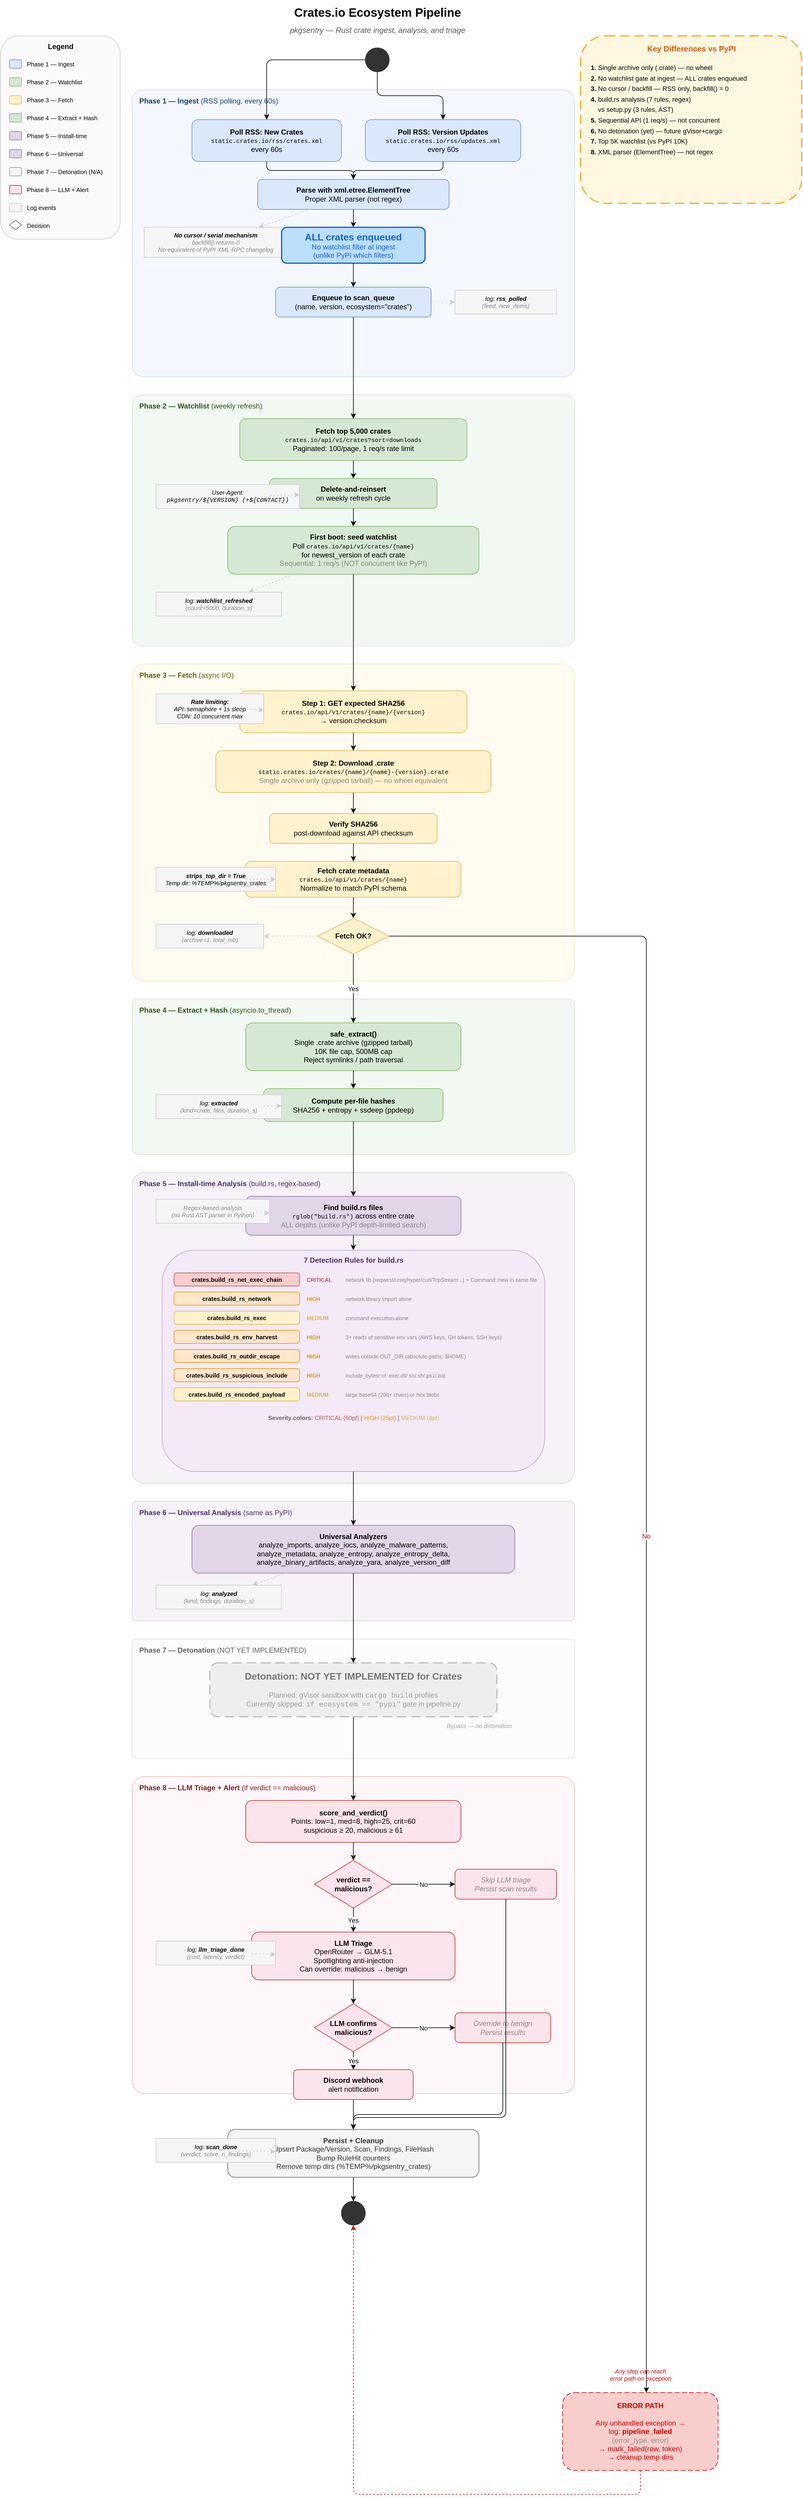
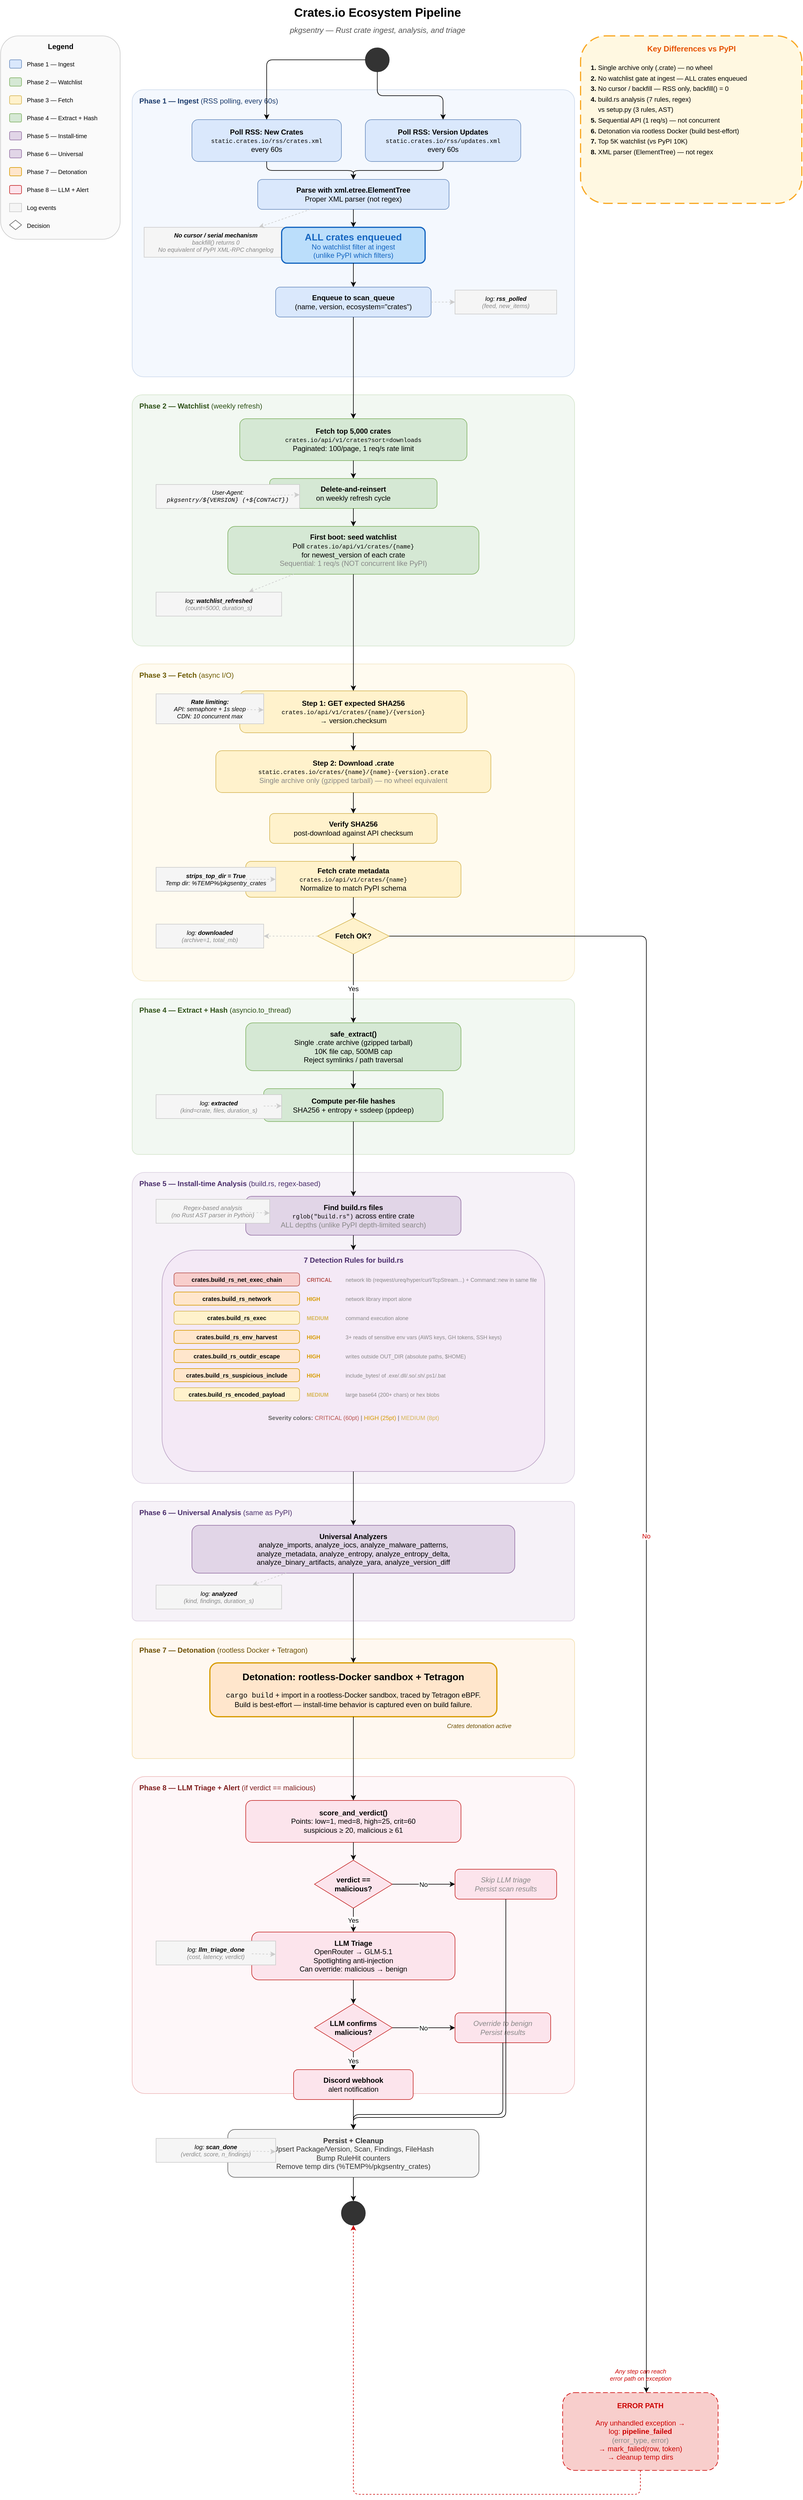
<?xml version="1.0" encoding="UTF-8"?>
<mxfile host="app.diagrams.net" modified="2026-05-23T00:00:00.000Z" agent="Claude" version="26.0.0" type="device">
  <diagram id="crates-pipeline" name="Crates.io Ecosystem Pipeline">
    <mxGraphModel dx="1800" dy="4500" grid="1" gridSize="10" guides="1" tooltips="1" connect="1" arrows="1" fold="1" page="1" pageScale="1" pageWidth="1400" pageHeight="4400" math="0" shadow="0">
      <root>
        <mxCell id="0"/>
        <mxCell id="1" parent="0"/>

        <!-- ===== TITLE ===== -->
        <mxCell id="title" value="&lt;b&gt;Crates.io Ecosystem Pipeline&lt;/b&gt;" style="text;html=1;align=center;verticalAlign=middle;resizable=0;points=[];autosize=1;fontSize=20;" vertex="1" parent="1">
          <mxGeometry x="440" y="20" width="420" height="40" as="geometry"/>
        </mxCell>
        <mxCell id="subtitle" value="pkgsentry — Rust crate ingest, analysis, and triage" style="text;html=1;align=center;verticalAlign=middle;resizable=0;points=[];autosize=1;fontSize=13;fontStyle=2;fontColor=#555555;" vertex="1" parent="1">
          <mxGeometry x="460" y="55" width="380" height="30" as="geometry"/>
        </mxCell>

        <!-- ===== LEGEND ===== -->
        <mxCell id="legend_bg" value="" style="rounded=1;whiteSpace=wrap;html=1;fillColor=#fafafa;strokeColor=#cccccc;" vertex="1" parent="1">
          <mxGeometry x="20" y="80" width="200" height="340" as="geometry"/>
        </mxCell>
        <mxCell id="legend_title" value="&lt;b&gt;Legend&lt;/b&gt;" style="text;html=1;align=center;verticalAlign=middle;fontSize=12;" vertex="1" parent="1">
          <mxGeometry x="80" y="85" width="80" height="25" as="geometry"/>
        </mxCell>
        <mxCell id="leg1" value="" style="rounded=1;whiteSpace=wrap;html=1;fillColor=#dae8fc;strokeColor=#6c8ebf;" vertex="1" parent="1">
          <mxGeometry x="35" y="120" width="20" height="14" as="geometry"/>
        </mxCell>
        <mxCell id="leg1t" value="Phase 1 &amp;mdash; Ingest" style="text;html=1;align=left;fontSize=10;" vertex="1" parent="1">
          <mxGeometry x="62" y="115" width="150" height="24" as="geometry"/>
        </mxCell>
        <mxCell id="leg2" value="" style="rounded=1;whiteSpace=wrap;html=1;fillColor=#d5e8d4;strokeColor=#82b366;" vertex="1" parent="1">
          <mxGeometry x="35" y="150" width="20" height="14" as="geometry"/>
        </mxCell>
        <mxCell id="leg2t" value="Phase 2 &amp;mdash; Watchlist" style="text;html=1;align=left;fontSize=10;" vertex="1" parent="1">
          <mxGeometry x="62" y="145" width="150" height="24" as="geometry"/>
        </mxCell>
        <mxCell id="leg3" value="" style="rounded=1;whiteSpace=wrap;html=1;fillColor=#fff2cc;strokeColor=#d6b656;" vertex="1" parent="1">
          <mxGeometry x="35" y="180" width="20" height="14" as="geometry"/>
        </mxCell>
        <mxCell id="leg3t" value="Phase 3 &amp;mdash; Fetch" style="text;html=1;align=left;fontSize=10;" vertex="1" parent="1">
          <mxGeometry x="62" y="175" width="150" height="24" as="geometry"/>
        </mxCell>
        <mxCell id="leg4" value="" style="rounded=1;whiteSpace=wrap;html=1;fillColor=#d5e8d4;strokeColor=#82b366;" vertex="1" parent="1">
          <mxGeometry x="35" y="210" width="20" height="14" as="geometry"/>
        </mxCell>
        <mxCell id="leg4t" value="Phase 4 &amp;mdash; Extract + Hash" style="text;html=1;align=left;fontSize=10;" vertex="1" parent="1">
          <mxGeometry x="62" y="205" width="150" height="24" as="geometry"/>
        </mxCell>
        <mxCell id="leg5" value="" style="rounded=1;whiteSpace=wrap;html=1;fillColor=#e1d5e7;strokeColor=#9673a6;" vertex="1" parent="1">
          <mxGeometry x="35" y="240" width="20" height="14" as="geometry"/>
        </mxCell>
        <mxCell id="leg5t" value="Phase 5 &amp;mdash; Install-time" style="text;html=1;align=left;fontSize=10;" vertex="1" parent="1">
          <mxGeometry x="62" y="235" width="150" height="24" as="geometry"/>
        </mxCell>
        <mxCell id="leg6" value="" style="rounded=1;whiteSpace=wrap;html=1;fillColor=#e1d5e7;strokeColor=#9673a6;" vertex="1" parent="1">
          <mxGeometry x="35" y="270" width="20" height="14" as="geometry"/>
        </mxCell>
        <mxCell id="leg6t" value="Phase 6 &amp;mdash; Universal" style="text;html=1;align=left;fontSize=10;" vertex="1" parent="1">
          <mxGeometry x="62" y="265" width="150" height="24" as="geometry"/>
        </mxCell>
-         <mxCell id="leg7" value="" style="rounded=1;whiteSpace=wrap;html=1;fillColor=#f5f5f5;strokeColor=#999999;" vertex="1" parent="1">
+         <mxCell id="leg7" value="" style="rounded=1;whiteSpace=wrap;html=1;fillColor=#ffe6cc;strokeColor=#d79b00;" vertex="1" parent="1">
          <mxGeometry x="35" y="300" width="20" height="14" as="geometry"/>
        </mxCell>
-         <mxCell id="leg7t" value="Phase 7 &amp;mdash; Detonation (N/A)" style="text;html=1;align=left;fontSize=10;" vertex="1" parent="1">
+         <mxCell id="leg7t" value="Phase 7 &amp;mdash; Detonation" style="text;html=1;align=left;fontSize=10;" vertex="1" parent="1">
          <mxGeometry x="62" y="295" width="150" height="24" as="geometry"/>
        </mxCell>
        <mxCell id="leg8" value="" style="rounded=1;whiteSpace=wrap;html=1;fillColor=#fce4ec;strokeColor=#c62828;" vertex="1" parent="1">
          <mxGeometry x="35" y="330" width="20" height="14" as="geometry"/>
        </mxCell>
        <mxCell id="leg8t" value="Phase 8 &amp;mdash; LLM + Alert" style="text;html=1;align=left;fontSize=10;" vertex="1" parent="1">
          <mxGeometry x="62" y="325" width="150" height="24" as="geometry"/>
        </mxCell>
        <mxCell id="leg9" value="" style="rounded=0;whiteSpace=wrap;html=1;fillColor=#f5f5f5;strokeColor=#CCCCCC;" vertex="1" parent="1">
          <mxGeometry x="35" y="360" width="20" height="14" as="geometry"/>
        </mxCell>
        <mxCell id="leg9t" value="Log events" style="text;html=1;align=left;fontSize=10;" vertex="1" parent="1">
          <mxGeometry x="62" y="355" width="150" height="24" as="geometry"/>
        </mxCell>
        <mxCell id="leg10" value="" style="rhombus;whiteSpace=wrap;html=1;fillColor=#ffffff;strokeColor=#666666;" vertex="1" parent="1">
          <mxGeometry x="35" y="388" width="20" height="16" as="geometry"/>
        </mxCell>
        <mxCell id="leg10t" value="Decision" style="text;html=1;align=left;fontSize=10;" vertex="1" parent="1">
          <mxGeometry x="62" y="385" width="150" height="24" as="geometry"/>
        </mxCell>

        <!-- ===== KEY DIFFERENCES CALLOUT ===== -->
        <mxCell id="diff_bg" value="" style="rounded=1;whiteSpace=wrap;html=1;fillColor=#fff8e1;strokeColor=#f9a825;strokeWidth=2;dashed=1;dashPattern=8 4;" vertex="1" parent="1">
          <mxGeometry x="990" y="80" width="370" height="280" as="geometry"/>
        </mxCell>
        <mxCell id="diff_title" value="&lt;b&gt;Key Differences vs PyPI&lt;/b&gt;" style="text;html=1;align=center;verticalAlign=middle;fontSize=13;fontColor=#e65100;" vertex="1" parent="1">
          <mxGeometry x="1060" y="88" width="230" height="25" as="geometry"/>
        </mxCell>
-         <mxCell id="diff_items" value="&lt;div style=&quot;text-align:left;font-size:11px;line-height:1.6;&quot;&gt;&lt;b&gt;1.&lt;/b&gt; Single archive only (.crate) &amp;mdash; no wheel&lt;br&gt;&lt;b&gt;2.&lt;/b&gt; No watchlist gate at ingest &amp;mdash; ALL crates enqueued&lt;br&gt;&lt;b&gt;3.&lt;/b&gt; No cursor / backfill &amp;mdash; RSS only, backfill() = 0&lt;br&gt;&lt;b&gt;4.&lt;/b&gt; build.rs analysis (7 rules, regex)&lt;br&gt;&amp;nbsp;&amp;nbsp;&amp;nbsp;&amp;nbsp;vs setup.py (3 rules, AST)&lt;br&gt;&lt;b&gt;5.&lt;/b&gt; Sequential API (1 req/s) &amp;mdash; not concurrent&lt;br&gt;&lt;b&gt;6.&lt;/b&gt; No detonation (yet) &amp;mdash; future gVisor+cargo&lt;br&gt;&lt;b&gt;7.&lt;/b&gt; Top 5K watchlist (vs PyPI 10K)&lt;br&gt;&lt;b&gt;8.&lt;/b&gt; XML parser (ElementTree) &amp;mdash; not regex&lt;/div&gt;" style="text;html=1;align=left;verticalAlign=top;fontSize=11;fillColor=none;strokeColor=none;" vertex="1" parent="1">
+         <mxCell id="diff_items" value="&lt;div style=&quot;text-align:left;font-size:11px;line-height:1.6;&quot;&gt;&lt;b&gt;1.&lt;/b&gt; Single archive only (.crate) &amp;mdash; no wheel&lt;br&gt;&lt;b&gt;2.&lt;/b&gt; No watchlist gate at ingest &amp;mdash; ALL crates enqueued&lt;br&gt;&lt;b&gt;3.&lt;/b&gt; No cursor / backfill &amp;mdash; RSS only, backfill() = 0&lt;br&gt;&lt;b&gt;4.&lt;/b&gt; build.rs analysis (7 rules, regex)&lt;br&gt;&amp;nbsp;&amp;nbsp;&amp;nbsp;&amp;nbsp;vs setup.py (3 rules, AST)&lt;br&gt;&lt;b&gt;5.&lt;/b&gt; Sequential API (1 req/s) &amp;mdash; not concurrent&lt;br&gt;&lt;b&gt;6.&lt;/b&gt; Detonation via rootless Docker (build best-effort)&lt;br&gt;&lt;b&gt;7.&lt;/b&gt; Top 5K watchlist (vs PyPI 10K)&lt;br&gt;&lt;b&gt;8.&lt;/b&gt; XML parser (ElementTree) &amp;mdash; not regex&lt;/div&gt;" style="text;html=1;align=left;verticalAlign=top;fontSize=11;fillColor=none;strokeColor=none;" vertex="1" parent="1">
          <mxGeometry x="1005" y="118" width="345" height="230" as="geometry"/>
        </mxCell>

        <!-- ===== START ===== -->
        <mxCell id="start" value="" style="ellipse;whiteSpace=wrap;html=1;fillColor=#333333;strokeColor=#333333;" vertex="1" parent="1">
          <mxGeometry x="630" y="100" width="40" height="40" as="geometry"/>
        </mxCell>

        <!-- ================================================================ -->
        <!-- PHASE 1 — INGEST (light blue)                                    -->
        <!-- ================================================================ -->
        <mxCell id="bg_p1" value="" style="rounded=1;whiteSpace=wrap;html=1;fillColor=#dae8fc;strokeColor=#6c8ebf;opacity=30;arcSize=4;" vertex="1" parent="1">
          <mxGeometry x="240" y="170" width="740" height="480" as="geometry"/>
        </mxCell>
        <mxCell id="bg_p1_label" value="&lt;b&gt;Phase 1 &amp;mdash; Ingest&lt;/b&gt;  (RSS polling, every 60s)" style="text;html=1;align=left;verticalAlign=top;fontSize=12;fontColor=#1a3a6b;" vertex="1" parent="1">
          <mxGeometry x="250" y="175" width="300" height="24" as="geometry"/>
        </mxCell>

        <!-- RSS Feeds -->
        <mxCell id="n_rss_new" value="&lt;b&gt;Poll RSS: New Crates&lt;/b&gt;&lt;br&gt;&lt;font face=&quot;Courier New&quot; size=&quot;1&quot;&gt;static.crates.io/rss/crates.xml&lt;/font&gt;&lt;br&gt;every 60s" style="rounded=1;whiteSpace=wrap;html=1;fillColor=#dae8fc;strokeColor=#6c8ebf;" vertex="1" parent="1">
          <mxGeometry x="340" y="220" width="250" height="70" as="geometry"/>
        </mxCell>
        <mxCell id="n_rss_update" value="&lt;b&gt;Poll RSS: Version Updates&lt;/b&gt;&lt;br&gt;&lt;font face=&quot;Courier New&quot; size=&quot;1&quot;&gt;static.crates.io/rss/updates.xml&lt;/font&gt;&lt;br&gt;every 60s" style="rounded=1;whiteSpace=wrap;html=1;fillColor=#dae8fc;strokeColor=#6c8ebf;" vertex="1" parent="1">
          <mxGeometry x="630" y="220" width="260" height="70" as="geometry"/>
        </mxCell>
        <mxCell id="e_start_rss1" style="edgeStyle=orthogonalEdgeStyle;" edge="1" source="start" target="n_rss_new" parent="1">
          <mxGeometry relative="1" as="geometry"/>
        </mxCell>
        <mxCell id="e_start_rss2" style="edgeStyle=orthogonalEdgeStyle;" edge="1" source="start" target="n_rss_update" parent="1">
          <mxGeometry relative="1" as="geometry"/>
        </mxCell>

        <!-- XML Parser -->
        <mxCell id="n_xml_parse" value="&lt;b&gt;Parse with xml.etree.ElementTree&lt;/b&gt;&lt;br&gt;Proper XML parser (not regex)" style="rounded=1;whiteSpace=wrap;html=1;fillColor=#dae8fc;strokeColor=#6c8ebf;" vertex="1" parent="1">
          <mxGeometry x="450" y="320" width="320" height="50" as="geometry"/>
        </mxCell>
        <mxCell id="e_rss1_parse" style="edgeStyle=orthogonalEdgeStyle;" edge="1" source="n_rss_new" target="n_xml_parse" parent="1">
          <mxGeometry relative="1" as="geometry"/>
        </mxCell>
        <mxCell id="e_rss2_parse" style="edgeStyle=orthogonalEdgeStyle;" edge="1" source="n_rss_update" target="n_xml_parse" parent="1">
          <mxGeometry relative="1" as="geometry"/>
        </mxCell>

        <!-- No backfill callout -->
        <mxCell id="n_no_backfill" value="&lt;b&gt;No cursor / serial mechanism&lt;/b&gt;&lt;br&gt;&lt;font color=&quot;#888888&quot;&gt;backfill() returns 0&lt;br&gt;No equivalent of PyPI XML-RPC changelog&lt;/font&gt;" style="rounded=0;whiteSpace=wrap;html=1;fillColor=#f5f5f5;strokeColor=#CCCCCC;fontStyle=2;fontSize=10;" vertex="1" parent="1">
          <mxGeometry x="260" y="400" width="240" height="50" as="geometry"/>
        </mxCell>
        <mxCell id="e_parse_nobackfill" style="dashed=1;strokeColor=#CCCCCC;" edge="1" source="n_xml_parse" target="n_no_backfill" parent="1">
          <mxGeometry relative="1" as="geometry"/>
        </mxCell>

        <!-- ALL enqueued callout (prominent) -->
        <mxCell id="n_all_enqueued" value="&lt;b&gt;&lt;font color=&quot;#1565c0&quot; size=&quot;3&quot;&gt;ALL crates enqueued&lt;/font&gt;&lt;/b&gt;&lt;br&gt;&lt;font color=&quot;#1565c0&quot;&gt;No watchlist filter at ingest&lt;br&gt;(unlike PyPI which filters)&lt;/font&gt;" style="rounded=1;whiteSpace=wrap;html=1;fillColor=#bbdefb;strokeColor=#1565c0;strokeWidth=2;" vertex="1" parent="1">
          <mxGeometry x="490" y="400" width="240" height="60" as="geometry"/>
        </mxCell>
        <mxCell id="e_parse_enqueue" style="edgeStyle=orthogonalEdgeStyle;" edge="1" source="n_xml_parse" target="n_all_enqueued" parent="1">
          <mxGeometry relative="1" as="geometry"/>
        </mxCell>

        <!-- Enqueue to scan queue -->
        <mxCell id="n_enqueue" value="&lt;b&gt;Enqueue to scan_queue&lt;/b&gt;&lt;br&gt;(name, version, ecosystem=&quot;crates&quot;)" style="rounded=1;whiteSpace=wrap;html=1;fillColor=#dae8fc;strokeColor=#6c8ebf;" vertex="1" parent="1">
          <mxGeometry x="480" y="500" width="260" height="50" as="geometry"/>
        </mxCell>
        <mxCell id="e_allenq_queue" style="edgeStyle=orthogonalEdgeStyle;" edge="1" source="n_all_enqueued" target="n_enqueue" parent="1">
          <mxGeometry relative="1" as="geometry"/>
        </mxCell>

        <!-- Log: ingest -->
        <mxCell id="n_log_ingest" value="log: &lt;b&gt;rss_polled&lt;/b&gt;&lt;br&gt;&lt;font color=&quot;#888888&quot;&gt;(feed, new_items)&lt;/font&gt;" style="rounded=0;whiteSpace=wrap;html=1;fillColor=#f5f5f5;strokeColor=#CCCCCC;fontStyle=2;fontSize=10;" vertex="1" parent="1">
          <mxGeometry x="780" y="505" width="170" height="40" as="geometry"/>
        </mxCell>
        <mxCell id="e_enqueue_log" style="dashed=1;strokeColor=#CCCCCC;" edge="1" source="n_enqueue" target="n_log_ingest" parent="1">
          <mxGeometry relative="1" as="geometry"/>
        </mxCell>

        <!-- ================================================================ -->
        <!-- PHASE 2 — WATCHLIST (light green)                                -->
        <!-- ================================================================ -->
        <mxCell id="bg_p2" value="" style="rounded=1;whiteSpace=wrap;html=1;fillColor=#d5e8d4;strokeColor=#82b366;opacity=30;arcSize=4;" vertex="1" parent="1">
          <mxGeometry x="240" y="680" width="740" height="420" as="geometry"/>
        </mxCell>
        <mxCell id="bg_p2_label" value="&lt;b&gt;Phase 2 &amp;mdash; Watchlist&lt;/b&gt;  (weekly refresh)" style="text;html=1;align=left;verticalAlign=top;fontSize=12;fontColor=#2d5016;" vertex="1" parent="1">
          <mxGeometry x="250" y="685" width="300" height="24" as="geometry"/>
        </mxCell>

        <!-- Watchlist source -->
        <mxCell id="n_wl_source" value="&lt;b&gt;Fetch top 5,000 crates&lt;/b&gt;&lt;br&gt;&lt;font face=&quot;Courier New&quot; size=&quot;1&quot;&gt;crates.io/api/v1/crates?sort=downloads&lt;/font&gt;&lt;br&gt;Paginated: 100/page, 1 req/s rate limit" style="rounded=1;whiteSpace=wrap;html=1;fillColor=#d5e8d4;strokeColor=#82b366;" vertex="1" parent="1">
          <mxGeometry x="420" y="720" width="380" height="70" as="geometry"/>
        </mxCell>
        <mxCell id="e_enqueue_wl" style="edgeStyle=orthogonalEdgeStyle;" edge="1" source="n_enqueue" target="n_wl_source" parent="1">
          <mxGeometry relative="1" as="geometry"/>
        </mxCell>

        <!-- Delete-and-reinsert -->
        <mxCell id="n_wl_reinsert" value="&lt;b&gt;Delete-and-reinsert&lt;/b&gt;&lt;br&gt;on weekly refresh cycle" style="rounded=1;whiteSpace=wrap;html=1;fillColor=#d5e8d4;strokeColor=#82b366;" vertex="1" parent="1">
          <mxGeometry x="470" y="820" width="280" height="50" as="geometry"/>
        </mxCell>
        <mxCell id="e_wl_reinsert" style="edgeStyle=orthogonalEdgeStyle;" edge="1" source="n_wl_source" target="n_wl_reinsert" parent="1">
          <mxGeometry relative="1" as="geometry"/>
        </mxCell>

        <!-- First boot seed -->
        <mxCell id="n_wl_seed" value="&lt;b&gt;First boot: seed watchlist&lt;/b&gt;&lt;br&gt;Poll &lt;font face=&quot;Courier New&quot; size=&quot;1&quot;&gt;crates.io/api/v1/crates/{name}&lt;/font&gt;&lt;br&gt;for newest_version of each crate&lt;br&gt;&lt;font color=&quot;#888888&quot;&gt;Sequential: 1 req/s (NOT concurrent like PyPI)&lt;/font&gt;" style="rounded=1;whiteSpace=wrap;html=1;fillColor=#d5e8d4;strokeColor=#82b366;" vertex="1" parent="1">
          <mxGeometry x="400" y="900" width="420" height="80" as="geometry"/>
        </mxCell>
        <mxCell id="e_reinsert_seed" style="edgeStyle=orthogonalEdgeStyle;" edge="1" source="n_wl_reinsert" target="n_wl_seed" parent="1">
          <mxGeometry relative="1" as="geometry"/>
        </mxCell>

        <!-- User-Agent -->
        <mxCell id="n_wl_ua" value="User-Agent:&lt;br&gt;&lt;font face=&quot;Courier New&quot; size=&quot;1&quot;&gt;pkgsentry/${VERSION} (+${CONTACT})&lt;/font&gt;" style="rounded=0;whiteSpace=wrap;html=1;fillColor=#f5f5f5;strokeColor=#CCCCCC;fontStyle=2;fontSize=10;" vertex="1" parent="1">
          <mxGeometry x="280" y="830" width="240" height="40" as="geometry"/>
        </mxCell>
        <mxCell id="e_seed_ua" style="dashed=1;strokeColor=#CCCCCC;" edge="1" source="n_wl_reinsert" target="n_wl_ua" parent="1">
          <mxGeometry relative="1" as="geometry"/>
        </mxCell>

        <!-- Log watchlist -->
        <mxCell id="n_log_wl" value="log: &lt;b&gt;watchlist_refreshed&lt;/b&gt;&lt;br&gt;&lt;font color=&quot;#888888&quot;&gt;(count=5000, duration_s)&lt;/font&gt;" style="rounded=0;whiteSpace=wrap;html=1;fillColor=#f5f5f5;strokeColor=#CCCCCC;fontStyle=2;fontSize=10;" vertex="1" parent="1">
          <mxGeometry x="280" y="1010" width="210" height="40" as="geometry"/>
        </mxCell>
        <mxCell id="e_seed_log" style="dashed=1;strokeColor=#CCCCCC;" edge="1" source="n_wl_seed" target="n_log_wl" parent="1">
          <mxGeometry relative="1" as="geometry"/>
        </mxCell>

        <!-- ================================================================ -->
        <!-- PHASE 3 — FETCH (light yellow)                                   -->
        <!-- ================================================================ -->
        <mxCell id="bg_p3" value="" style="rounded=1;whiteSpace=wrap;html=1;fillColor=#fff2cc;strokeColor=#d6b656;opacity=30;arcSize=4;" vertex="1" parent="1">
          <mxGeometry x="240" y="1130" width="740" height="530" as="geometry"/>
        </mxCell>
        <mxCell id="bg_p3_label" value="&lt;b&gt;Phase 3 &amp;mdash; Fetch&lt;/b&gt;  (async I/O)" style="text;html=1;align=left;verticalAlign=top;fontSize=12;fontColor=#6b5900;" vertex="1" parent="1">
          <mxGeometry x="250" y="1135" width="260" height="24" as="geometry"/>
        </mxCell>

        <!-- Step 1: Get expected SHA -->
        <mxCell id="n_fetch_sha" value="&lt;b&gt;Step 1: GET expected SHA256&lt;/b&gt;&lt;br&gt;&lt;font face=&quot;Courier New&quot; size=&quot;1&quot;&gt;crates.io/api/v1/crates/{name}/{version}&lt;/font&gt;&lt;br&gt;&amp;rarr; version.checksum" style="rounded=1;whiteSpace=wrap;html=1;fillColor=#fff2cc;strokeColor=#d6b656;" vertex="1" parent="1">
          <mxGeometry x="420" y="1175" width="380" height="70" as="geometry"/>
        </mxCell>
        <mxCell id="e_seed_fetch" style="edgeStyle=orthogonalEdgeStyle;" edge="1" source="n_wl_seed" target="n_fetch_sha" parent="1">
          <mxGeometry relative="1" as="geometry"/>
        </mxCell>

        <!-- Step 2: Download .crate -->
        <mxCell id="n_fetch_crate" value="&lt;b&gt;Step 2: Download .crate&lt;/b&gt;&lt;br&gt;&lt;font face=&quot;Courier New&quot; size=&quot;1&quot;&gt;static.crates.io/crates/{name}/{name}-{version}.crate&lt;/font&gt;&lt;br&gt;&lt;font color=&quot;#888888&quot;&gt;Single archive only (gzipped tarball) &amp;mdash; no wheel equivalent&lt;/font&gt;" style="rounded=1;whiteSpace=wrap;html=1;fillColor=#fff2cc;strokeColor=#d6b656;" vertex="1" parent="1">
          <mxGeometry x="380" y="1275" width="460" height="70" as="geometry"/>
        </mxCell>
        <mxCell id="e_sha_crate" style="edgeStyle=orthogonalEdgeStyle;" edge="1" source="n_fetch_sha" target="n_fetch_crate" parent="1">
          <mxGeometry relative="1" as="geometry"/>
        </mxCell>

        <!-- Rate limiting note -->
        <mxCell id="n_rate_limit" value="&lt;b&gt;Rate limiting:&lt;/b&gt;&lt;br&gt;API: semaphore + 1s sleep&lt;br&gt;CDN: 10 concurrent max" style="rounded=0;whiteSpace=wrap;html=1;fillColor=#f5f5f5;strokeColor=#CCCCCC;fontStyle=2;fontSize=10;" vertex="1" parent="1">
          <mxGeometry x="280" y="1180" width="180" height="50" as="geometry"/>
        </mxCell>
        <mxCell id="e_fetch_rate" style="dashed=1;strokeColor=#CCCCCC;" edge="1" source="n_fetch_sha" target="n_rate_limit" parent="1">
          <mxGeometry relative="1" as="geometry"/>
        </mxCell>

        <!-- Verify SHA256 -->
        <mxCell id="n_verify_sha" value="&lt;b&gt;Verify SHA256&lt;/b&gt;&lt;br&gt;post-download against API checksum" style="rounded=1;whiteSpace=wrap;html=1;fillColor=#fff2cc;strokeColor=#d6b656;" vertex="1" parent="1">
          <mxGeometry x="470" y="1380" width="280" height="50" as="geometry"/>
        </mxCell>
        <mxCell id="e_crate_verify" style="edgeStyle=orthogonalEdgeStyle;" edge="1" source="n_fetch_crate" target="n_verify_sha" parent="1">
          <mxGeometry relative="1" as="geometry"/>
        </mxCell>

        <!-- Fetch metadata -->
        <mxCell id="n_fetch_meta" value="&lt;b&gt;Fetch crate metadata&lt;/b&gt;&lt;br&gt;&lt;font face=&quot;Courier New&quot; size=&quot;1&quot;&gt;crates.io/api/v1/crates/{name}&lt;/font&gt;&lt;br&gt;Normalize to match PyPI schema" style="rounded=1;whiteSpace=wrap;html=1;fillColor=#fff2cc;strokeColor=#d6b656;" vertex="1" parent="1">
          <mxGeometry x="430" y="1460" width="360" height="60" as="geometry"/>
        </mxCell>
        <mxCell id="e_verify_meta" style="edgeStyle=orthogonalEdgeStyle;" edge="1" source="n_verify_sha" target="n_fetch_meta" parent="1">
          <mxGeometry relative="1" as="geometry"/>
        </mxCell>

        <!-- Fetch OK? diamond -->
        <mxCell id="d_fetch_ok" value="&lt;b&gt;Fetch OK?&lt;/b&gt;" style="rhombus;whiteSpace=wrap;html=1;fillColor=#fff2cc;strokeColor=#d6b656;" vertex="1" parent="1">
          <mxGeometry x="550" y="1555" width="120" height="60" as="geometry"/>
        </mxCell>
        <mxCell id="e_meta_fetchok" style="edgeStyle=orthogonalEdgeStyle;" edge="1" source="n_fetch_meta" target="d_fetch_ok" parent="1">
          <mxGeometry relative="1" as="geometry"/>
        </mxCell>

        <!-- Fetch fail → error path -->
        <mxCell id="e_fetchok_fail" value="No" style="edgeStyle=orthogonalEdgeStyle;fontColor=#cc0000;" edge="1" source="d_fetch_ok" target="n_error" parent="1">
          <mxGeometry relative="1" as="geometry">
            <Array as="points">
              <mxPoint x="1100" y="1585"/>
              <mxPoint x="1100" y="4080"/>
            </Array>
          </mxGeometry>
        </mxCell>

        <!-- strips_top_dir + temp note -->
        <mxCell id="n_fetch_notes" value="&lt;b&gt;strips_top_dir = True&lt;/b&gt;&lt;br&gt;Temp dir: %TEMP%/pkgsentry_crates" style="rounded=0;whiteSpace=wrap;html=1;fillColor=#f5f5f5;strokeColor=#CCCCCC;fontStyle=2;fontSize=10;" vertex="1" parent="1">
          <mxGeometry x="280" y="1470" width="200" height="40" as="geometry"/>
        </mxCell>
        <mxCell id="e_meta_notes" style="dashed=1;strokeColor=#CCCCCC;" edge="1" source="n_fetch_meta" target="n_fetch_notes" parent="1">
          <mxGeometry relative="1" as="geometry"/>
        </mxCell>

        <!-- Log downloaded -->
        <mxCell id="n_log_dl" value="log: &lt;b&gt;downloaded&lt;/b&gt;&lt;br&gt;&lt;font color=&quot;#888888&quot;&gt;(archive=1, total_mb)&lt;/font&gt;" style="rounded=0;whiteSpace=wrap;html=1;fillColor=#f5f5f5;strokeColor=#CCCCCC;fontStyle=2;fontSize=10;" vertex="1" parent="1">
          <mxGeometry x="280" y="1565" width="180" height="40" as="geometry"/>
        </mxCell>
        <mxCell id="e_fetchok_log" style="dashed=1;strokeColor=#CCCCCC;" edge="1" source="d_fetch_ok" target="n_log_dl" parent="1">
          <mxGeometry relative="1" as="geometry"/>
        </mxCell>

        <!-- ================================================================ -->
        <!-- PHASE 4 — EXTRACT + HASH (light green)                           -->
        <!-- ================================================================ -->
        <mxCell id="bg_p4" value="" style="rounded=1;whiteSpace=wrap;html=1;fillColor=#d5e8d4;strokeColor=#82b366;opacity=30;arcSize=4;" vertex="1" parent="1">
          <mxGeometry x="240" y="1690" width="740" height="260" as="geometry"/>
        </mxCell>
        <mxCell id="bg_p4_label" value="&lt;b&gt;Phase 4 &amp;mdash; Extract + Hash&lt;/b&gt;  (asyncio.to_thread)" style="text;html=1;align=left;verticalAlign=top;fontSize=12;fontColor=#2d5016;" vertex="1" parent="1">
          <mxGeometry x="250" y="1695" width="340" height="24" as="geometry"/>
        </mxCell>

        <!-- safe_extract -->
        <mxCell id="n_extract" value="&lt;b&gt;safe_extract()&lt;/b&gt;&lt;br&gt;Single .crate archive (gzipped tarball)&lt;br&gt;10K file cap, 500MB cap&lt;br&gt;Reject symlinks / path traversal" style="rounded=1;whiteSpace=wrap;html=1;fillColor=#d5e8d4;strokeColor=#82b366;" vertex="1" parent="1">
          <mxGeometry x="430" y="1730" width="360" height="80" as="geometry"/>
        </mxCell>
        <mxCell id="e_fetchok_extract" value="Yes" style="edgeStyle=orthogonalEdgeStyle;" edge="1" source="d_fetch_ok" target="n_extract" parent="1">
          <mxGeometry relative="1" as="geometry"/>
        </mxCell>

        <!-- Per-file hashing -->
        <mxCell id="n_hash" value="&lt;b&gt;Compute per-file hashes&lt;/b&gt;&lt;br&gt;SHA256 + entropy + ssdeep (ppdeep)" style="rounded=1;whiteSpace=wrap;html=1;fillColor=#d5e8d4;strokeColor=#82b366;" vertex="1" parent="1">
          <mxGeometry x="460" y="1840" width="300" height="55" as="geometry"/>
        </mxCell>
        <mxCell id="e_extract_hash" style="edgeStyle=orthogonalEdgeStyle;" edge="1" source="n_extract" target="n_hash" parent="1">
          <mxGeometry relative="1" as="geometry"/>
        </mxCell>

        <!-- Log extracted -->
        <mxCell id="n_log_extract" value="log: &lt;b&gt;extracted&lt;/b&gt;&lt;br&gt;&lt;font color=&quot;#888888&quot;&gt;(kind=crate, files, duration_s)&lt;/font&gt;" style="rounded=0;whiteSpace=wrap;html=1;fillColor=#f5f5f5;strokeColor=#CCCCCC;fontStyle=2;fontSize=10;" vertex="1" parent="1">
          <mxGeometry x="280" y="1850" width="210" height="40" as="geometry"/>
        </mxCell>
        <mxCell id="e_hash_log" style="dashed=1;strokeColor=#CCCCCC;" edge="1" source="n_hash" target="n_log_extract" parent="1">
          <mxGeometry relative="1" as="geometry"/>
        </mxCell>

        <!-- ================================================================ -->
        <!-- PHASE 5 — INSTALL-TIME ANALYSIS (light purple)                   -->
        <!-- ================================================================ -->
        <mxCell id="bg_p5" value="" style="rounded=1;whiteSpace=wrap;html=1;fillColor=#e1d5e7;strokeColor=#9673a6;opacity=30;arcSize=4;" vertex="1" parent="1">
          <mxGeometry x="240" y="1980" width="740" height="520" as="geometry"/>
        </mxCell>
        <mxCell id="bg_p5_label" value="&lt;b&gt;Phase 5 &amp;mdash; Install-time Analysis&lt;/b&gt;  (build.rs, regex-based)" style="text;html=1;align=left;verticalAlign=top;fontSize=12;fontColor=#4a2d6b;" vertex="1" parent="1">
          <mxGeometry x="250" y="1985" width="360" height="24" as="geometry"/>
        </mxCell>

        <!-- Target: build.rs -->
        <mxCell id="n_buildrs_find" value="&lt;b&gt;Find build.rs files&lt;/b&gt;&lt;br&gt;&lt;font face=&quot;Courier New&quot; size=&quot;1&quot;&gt;rglob(&amp;quot;build.rs&amp;quot;)&lt;/font&gt; across entire crate&lt;br&gt;&lt;font color=&quot;#888888&quot;&gt;ALL depths (unlike PyPI depth-limited search)&lt;/font&gt;" style="rounded=1;whiteSpace=wrap;html=1;fillColor=#e1d5e7;strokeColor=#9673a6;" vertex="1" parent="1">
          <mxGeometry x="430" y="2020" width="360" height="65" as="geometry"/>
        </mxCell>
        <mxCell id="e_hash_buildrs" style="edgeStyle=orthogonalEdgeStyle;" edge="1" source="n_hash" target="n_buildrs_find" parent="1">
          <mxGeometry relative="1" as="geometry"/>
        </mxCell>

        <!-- Regex analysis note -->
        <mxCell id="n_regex_note" value="&lt;font color=&quot;#888888&quot;&gt;Regex-based analysis&lt;br&gt;(no Rust AST parser in Python)&lt;/font&gt;" style="rounded=0;whiteSpace=wrap;html=1;fillColor=#f5f5f5;strokeColor=#CCCCCC;fontStyle=2;fontSize=10;" vertex="1" parent="1">
          <mxGeometry x="280" y="2025" width="190" height="40" as="geometry"/>
        </mxCell>
        <mxCell id="e_buildrs_regex" style="dashed=1;strokeColor=#CCCCCC;" edge="1" source="n_buildrs_find" target="n_regex_note" parent="1">
          <mxGeometry relative="1" as="geometry"/>
        </mxCell>

        <!-- 7 Rules Box -->
        <mxCell id="n_rules_box" value="" style="rounded=1;whiteSpace=wrap;html=1;fillColor=#f3e5f5;strokeColor=#9673a6;opacity=60;" vertex="1" parent="1">
          <mxGeometry x="290" y="2110" width="640" height="370" as="geometry"/>
        </mxCell>
        <mxCell id="n_rules_title" value="&lt;b&gt;7 Detection Rules for build.rs&lt;/b&gt;" style="text;html=1;align=center;verticalAlign=middle;fontSize=12;fontColor=#4a2d6b;" vertex="1" parent="1">
          <mxGeometry x="450" y="2115" width="320" height="24" as="geometry"/>
        </mxCell>

        <!-- Rule 1 -->
        <mxCell id="r1_name" value="crates.build_rs_net_exec_chain" style="label;whiteSpace=wrap;html=1;fillColor=#f8cecc;strokeColor=#b85450;fontSize=10;rounded=1;arcSize=20;spacingLeft=4;spacingRight=4;align=center;" vertex="1" parent="1">
          <mxGeometry x="310" y="2148" width="210" height="22" as="geometry"/>
        </mxCell>
        <mxCell id="r1_sev" value="CRITICAL" style="text;html=1;align=left;fontSize=9;fontColor=#b85450;fontStyle=1;fillColor=none;strokeColor=none;" vertex="1" parent="1">
          <mxGeometry x="530" y="2148" width="60" height="22" as="geometry"/>
        </mxCell>
        <mxCell id="r1_desc" value="network lib (reqwest/ureq/hyper/curl/TcpStream...) + Command::new in same file" style="text;html=1;align=left;fontSize=9;fontColor=#888888;fillColor=none;strokeColor=none;" vertex="1" parent="1">
          <mxGeometry x="595" y="2148" width="320" height="22" as="geometry"/>
        </mxCell>

        <!-- Rule 2 -->
        <mxCell id="r2_name" value="crates.build_rs_network" style="label;whiteSpace=wrap;html=1;fillColor=#ffe6cc;strokeColor=#d79b00;fontSize=10;rounded=1;arcSize=20;spacingLeft=4;spacingRight=4;align=center;" vertex="1" parent="1">
          <mxGeometry x="310" y="2180" width="210" height="22" as="geometry"/>
        </mxCell>
        <mxCell id="r2_sev" value="HIGH" style="text;html=1;align=left;fontSize=9;fontColor=#d79b00;fontStyle=1;fillColor=none;strokeColor=none;" vertex="1" parent="1">
          <mxGeometry x="530" y="2180" width="60" height="22" as="geometry"/>
        </mxCell>
        <mxCell id="r2_desc" value="network library import alone" style="text;html=1;align=left;fontSize=9;fontColor=#888888;fillColor=none;strokeColor=none;" vertex="1" parent="1">
          <mxGeometry x="595" y="2180" width="320" height="22" as="geometry"/>
        </mxCell>

        <!-- Rule 3 -->
        <mxCell id="r3_name" value="crates.build_rs_exec" style="label;whiteSpace=wrap;html=1;fillColor=#fff2cc;strokeColor=#d6b656;fontSize=10;rounded=1;arcSize=20;spacingLeft=4;spacingRight=4;align=center;" vertex="1" parent="1">
          <mxGeometry x="310" y="2212" width="210" height="22" as="geometry"/>
        </mxCell>
        <mxCell id="r3_sev" value="MEDIUM" style="text;html=1;align=left;fontSize=9;fontColor=#d6b656;fontStyle=1;fillColor=none;strokeColor=none;" vertex="1" parent="1">
          <mxGeometry x="530" y="2212" width="60" height="22" as="geometry"/>
        </mxCell>
        <mxCell id="r3_desc" value="command execution alone" style="text;html=1;align=left;fontSize=9;fontColor=#888888;fillColor=none;strokeColor=none;" vertex="1" parent="1">
          <mxGeometry x="595" y="2212" width="320" height="22" as="geometry"/>
        </mxCell>

        <!-- Rule 4 -->
        <mxCell id="r4_name" value="crates.build_rs_env_harvest" style="label;whiteSpace=wrap;html=1;fillColor=#ffe6cc;strokeColor=#d79b00;fontSize=10;rounded=1;arcSize=20;spacingLeft=4;spacingRight=4;align=center;" vertex="1" parent="1">
          <mxGeometry x="310" y="2244" width="210" height="22" as="geometry"/>
        </mxCell>
        <mxCell id="r4_sev" value="HIGH" style="text;html=1;align=left;fontSize=9;fontColor=#d79b00;fontStyle=1;fillColor=none;strokeColor=none;" vertex="1" parent="1">
          <mxGeometry x="530" y="2244" width="60" height="22" as="geometry"/>
        </mxCell>
        <mxCell id="r4_desc" value="3+ reads of sensitive env vars (AWS keys, GH tokens, SSH keys)" style="text;html=1;align=left;fontSize=9;fontColor=#888888;fillColor=none;strokeColor=none;" vertex="1" parent="1">
          <mxGeometry x="595" y="2244" width="320" height="22" as="geometry"/>
        </mxCell>

        <!-- Rule 5 -->
        <mxCell id="r5_name" value="crates.build_rs_outdir_escape" style="label;whiteSpace=wrap;html=1;fillColor=#ffe6cc;strokeColor=#d79b00;fontSize=10;rounded=1;arcSize=20;spacingLeft=4;spacingRight=4;align=center;" vertex="1" parent="1">
          <mxGeometry x="310" y="2276" width="210" height="22" as="geometry"/>
        </mxCell>
        <mxCell id="r5_sev" value="HIGH" style="text;html=1;align=left;fontSize=9;fontColor=#d79b00;fontStyle=1;fillColor=none;strokeColor=none;" vertex="1" parent="1">
          <mxGeometry x="530" y="2276" width="60" height="22" as="geometry"/>
        </mxCell>
        <mxCell id="r5_desc" value="writes outside OUT_DIR (absolute paths, $HOME)" style="text;html=1;align=left;fontSize=9;fontColor=#888888;fillColor=none;strokeColor=none;" vertex="1" parent="1">
          <mxGeometry x="595" y="2276" width="320" height="22" as="geometry"/>
        </mxCell>

        <!-- Rule 6 -->
        <mxCell id="r6_name" value="crates.build_rs_suspicious_include" style="label;whiteSpace=wrap;html=1;fillColor=#ffe6cc;strokeColor=#d79b00;fontSize=10;rounded=1;arcSize=20;spacingLeft=4;spacingRight=4;align=center;" vertex="1" parent="1">
          <mxGeometry x="310" y="2308" width="210" height="22" as="geometry"/>
        </mxCell>
        <mxCell id="r6_sev" value="HIGH" style="text;html=1;align=left;fontSize=9;fontColor=#d79b00;fontStyle=1;fillColor=none;strokeColor=none;" vertex="1" parent="1">
          <mxGeometry x="530" y="2308" width="60" height="22" as="geometry"/>
        </mxCell>
        <mxCell id="r6_desc" value="include_bytes! of .exe/.dll/.so/.sh/.ps1/.bat" style="text;html=1;align=left;fontSize=9;fontColor=#888888;fillColor=none;strokeColor=none;" vertex="1" parent="1">
          <mxGeometry x="595" y="2308" width="320" height="22" as="geometry"/>
        </mxCell>

        <!-- Rule 7 -->
        <mxCell id="r7_name" value="crates.build_rs_encoded_payload" style="label;whiteSpace=wrap;html=1;fillColor=#fff2cc;strokeColor=#d6b656;fontSize=10;rounded=1;arcSize=20;spacingLeft=4;spacingRight=4;align=center;" vertex="1" parent="1">
          <mxGeometry x="310" y="2340" width="210" height="22" as="geometry"/>
        </mxCell>
        <mxCell id="r7_sev" value="MEDIUM" style="text;html=1;align=left;fontSize=9;fontColor=#d6b656;fontStyle=1;fillColor=none;strokeColor=none;" vertex="1" parent="1">
          <mxGeometry x="530" y="2340" width="60" height="22" as="geometry"/>
        </mxCell>
        <mxCell id="r7_desc" value="large base64 (200+ chars) or hex blobs" style="text;html=1;align=left;fontSize=9;fontColor=#888888;fillColor=none;strokeColor=none;" vertex="1" parent="1">
          <mxGeometry x="595" y="2340" width="320" height="22" as="geometry"/>
        </mxCell>

        <!-- Severity legend within rules box -->
        <mxCell id="sev_legend" value="&lt;font size=&quot;1&quot;&gt;&lt;b&gt;Severity colors:&lt;/b&gt; &lt;font color=&quot;#b85450&quot;&gt;CRITICAL (60pt)&lt;/font&gt; | &lt;font color=&quot;#d79b00&quot;&gt;HIGH (25pt)&lt;/font&gt; | &lt;font color=&quot;#d6b656&quot;&gt;MEDIUM (8pt)&lt;/font&gt;&lt;/font&gt;" style="text;html=1;align=center;verticalAlign=middle;fontSize=10;fontColor=#666666;" vertex="1" parent="1">
          <mxGeometry x="370" y="2380" width="480" height="20" as="geometry"/>
        </mxCell>

        <!-- Edge from buildrs to rules -->
        <mxCell id="e_buildrs_rules" style="edgeStyle=orthogonalEdgeStyle;" edge="1" source="n_buildrs_find" target="n_rules_box" parent="1">
          <mxGeometry relative="1" as="geometry"/>
        </mxCell>

        <!-- ================================================================ -->
        <!-- PHASE 6 — UNIVERSAL ANALYSIS (purple)                            -->
        <!-- ================================================================ -->
        <mxCell id="bg_p6" value="" style="rounded=1;whiteSpace=wrap;html=1;fillColor=#e1d5e7;strokeColor=#9673a6;opacity=30;arcSize=4;" vertex="1" parent="1">
          <mxGeometry x="240" y="2530" width="740" height="200" as="geometry"/>
        </mxCell>
        <mxCell id="bg_p6_label" value="&lt;b&gt;Phase 6 &amp;mdash; Universal Analysis&lt;/b&gt;  (same as PyPI)" style="text;html=1;align=left;verticalAlign=top;fontSize=12;fontColor=#4a2d6b;" vertex="1" parent="1">
          <mxGeometry x="250" y="2535" width="340" height="24" as="geometry"/>
        </mxCell>

        <!-- Universal analyzers -->
        <mxCell id="n_universal" value="&lt;b&gt;Universal Analyzers&lt;/b&gt;&lt;br&gt;analyze_imports, analyze_iocs, analyze_malware_patterns,&lt;br&gt;analyze_metadata, analyze_entropy, analyze_entropy_delta,&lt;br&gt;analyze_binary_artifacts, analyze_yara, analyze_version_diff" style="rounded=1;whiteSpace=wrap;html=1;fillColor=#e1d5e7;strokeColor=#9673a6;" vertex="1" parent="1">
          <mxGeometry x="340" y="2570" width="540" height="80" as="geometry"/>
        </mxCell>
        <mxCell id="e_rules_universal" style="edgeStyle=orthogonalEdgeStyle;" edge="1" source="n_rules_box" target="n_universal" parent="1">
          <mxGeometry relative="1" as="geometry"/>
        </mxCell>

        <!-- Log analyzed -->
        <mxCell id="n_log_analyzed" value="log: &lt;b&gt;analyzed&lt;/b&gt;&lt;br&gt;&lt;font color=&quot;#888888&quot;&gt;(kind, findings, duration_s)&lt;/font&gt;" style="rounded=0;whiteSpace=wrap;html=1;fillColor=#f5f5f5;strokeColor=#CCCCCC;fontStyle=2;fontSize=10;" vertex="1" parent="1">
          <mxGeometry x="280" y="2670" width="210" height="40" as="geometry"/>
        </mxCell>
        <mxCell id="e_univ_log" style="dashed=1;strokeColor=#CCCCCC;" edge="1" source="n_universal" target="n_log_analyzed" parent="1">
          <mxGeometry relative="1" as="geometry"/>
        </mxCell>

        <!-- ================================================================ -->
        <!-- PHASE 7 — NO DETONATION (gray)                                   -->
        <!-- ================================================================ -->
-         <mxCell id="bg_p7" value="" style="rounded=1;whiteSpace=wrap;html=1;fillColor=#f5f5f5;strokeColor=#999999;opacity=30;arcSize=4;" vertex="1" parent="1">
+         <mxCell id="bg_p7" value="" style="rounded=1;whiteSpace=wrap;html=1;fillColor=#ffe6cc;strokeColor=#d79b00;opacity=30;arcSize=4;" vertex="1" parent="1">
          <mxGeometry x="240" y="2760" width="740" height="200" as="geometry"/>
        </mxCell>
-         <mxCell id="bg_p7_label" value="&lt;b&gt;Phase 7 &amp;mdash; Detonation&lt;/b&gt;  (NOT YET IMPLEMENTED)" style="text;html=1;align=left;verticalAlign=top;fontSize=12;fontColor=#616161;" vertex="1" parent="1">
+         <mxCell id="bg_p7_label" value="&lt;b&gt;Phase 7 &amp;mdash; Detonation&lt;/b&gt;  (rootless Docker + Tetragon)" style="text;html=1;align=left;verticalAlign=top;fontSize=12;fontColor=#6b4e00;" vertex="1" parent="1">
          <mxGeometry x="250" y="2765" width="340" height="24" as="geometry"/>
        </mxCell>

        <!-- No detonation box -->
-         <mxCell id="n_no_detonate" value="&lt;b&gt;&lt;font size=&quot;3&quot; color=&quot;#757575&quot;&gt;Detonation: NOT YET IMPLEMENTED for Crates&lt;/font&gt;&lt;/b&gt;&lt;br&gt;&lt;br&gt;&lt;font color=&quot;#9e9e9e&quot;&gt;Planned: gVisor sandbox with &lt;font face=&quot;Courier New&quot;&gt;cargo build&lt;/font&gt; profiles&lt;br&gt;Currently skipped: &lt;font face=&quot;Courier New&quot;&gt;if ecosystem == &amp;quot;pypi&amp;quot;&lt;/font&gt; gate in pipeline.py&lt;/font&gt;" style="rounded=1;whiteSpace=wrap;html=1;fillColor=#eeeeee;strokeColor=#bdbdbd;strokeWidth=2;dashed=1;dashPattern=8 4;fontColor=#757575;" vertex="1" parent="1">
+         <mxCell id="n_detonate" value="&lt;b&gt;&lt;font size=&quot;3&quot;&gt;Detonation: rootless-Docker sandbox + Tetragon&lt;/font&gt;&lt;/b&gt;&lt;br&gt;&lt;br&gt;&lt;font face=&quot;Courier New&quot;&gt;cargo build&lt;/font&gt; + import in a rootless-Docker sandbox, traced by Tetragon eBPF.&lt;br&gt;Build is best-effort &amp;mdash; install-time behavior is captured even on build failure." style="rounded=1;whiteSpace=wrap;html=1;fillColor=#ffe6cc;strokeColor=#d79b00;strokeWidth=2;" vertex="1" parent="1">
          <mxGeometry x="370" y="2800" width="480" height="90" as="geometry"/>
        </mxCell>
-         <mxCell id="e_univ_nodet" style="edgeStyle=orthogonalEdgeStyle;" edge="1" source="n_universal" target="n_no_detonate" parent="1">
+         <mxCell id="e_univ_nodet" style="edgeStyle=orthogonalEdgeStyle;" edge="1" source="n_universal" target="n_detonate" parent="1">
          <mxGeometry relative="1" as="geometry"/>
        </mxCell>

        <!-- Straight-through arrow bypassing detonation -->
-         <mxCell id="n_bypass_label" value="&lt;font color=&quot;#9e9e9e&quot;&gt;&lt;i&gt;Bypass &amp;mdash; no detonation&lt;/i&gt;&lt;/font&gt;" style="text;html=1;align=center;verticalAlign=middle;fontSize=10;" vertex="1" parent="1">
+         <mxCell id="n_bypass_label" value="&lt;font color=&quot;#6b4e00&quot;&gt;&lt;i&gt;Crates detonation active&lt;/i&gt;&lt;/font&gt;" style="text;html=1;align=center;verticalAlign=middle;fontSize=10;" vertex="1" parent="1">
          <mxGeometry x="740" y="2895" width="160" height="20" as="geometry"/>
        </mxCell>

        <!-- ================================================================ -->
        <!-- PHASE 8 — LLM TRIAGE + ALERT (light red)                        -->
        <!-- ================================================================ -->
        <mxCell id="bg_p8" value="" style="rounded=1;whiteSpace=wrap;html=1;fillColor=#fce4ec;strokeColor=#c62828;opacity=30;arcSize=4;" vertex="1" parent="1">
          <mxGeometry x="240" y="2990" width="740" height="530" as="geometry"/>
        </mxCell>
        <mxCell id="bg_p8_label" value="&lt;b&gt;Phase 8 &amp;mdash; LLM Triage + Alert&lt;/b&gt;  (if verdict == malicious)" style="text;html=1;align=left;verticalAlign=top;fontSize=12;fontColor=#7f1d1d;" vertex="1" parent="1">
          <mxGeometry x="250" y="2995" width="360" height="24" as="geometry"/>
        </mxCell>

        <!-- Score + Verdict -->
        <mxCell id="n_score" value="&lt;b&gt;score_and_verdict()&lt;/b&gt;&lt;br&gt;Points: low=1, med=8, high=25, crit=60&lt;br&gt;suspicious &amp;ge; 20, malicious &amp;ge; 61" style="rounded=1;whiteSpace=wrap;html=1;fillColor=#fce4ec;strokeColor=#c62828;" vertex="1" parent="1">
          <mxGeometry x="430" y="3030" width="360" height="70" as="geometry"/>
        </mxCell>
-         <mxCell id="e_nodet_score" style="edgeStyle=orthogonalEdgeStyle;" edge="1" source="n_no_detonate" target="n_score" parent="1">
+         <mxCell id="e_nodet_score" style="edgeStyle=orthogonalEdgeStyle;" edge="1" source="n_detonate" target="n_score" parent="1">
          <mxGeometry relative="1" as="geometry"/>
        </mxCell>

        <!-- Verdict decision -->
        <mxCell id="d_verdict" value="&lt;b&gt;verdict ==&lt;br&gt;malicious?&lt;/b&gt;" style="rhombus;whiteSpace=wrap;html=1;fillColor=#fce4ec;strokeColor=#c62828;" vertex="1" parent="1">
          <mxGeometry x="545" y="3130" width="130" height="80" as="geometry"/>
        </mxCell>
        <mxCell id="e_score_verdict" style="edgeStyle=orthogonalEdgeStyle;" edge="1" source="n_score" target="d_verdict" parent="1">
          <mxGeometry relative="1" as="geometry"/>
        </mxCell>

        <!-- Not malicious → persist only -->
        <mxCell id="n_skip_llm" value="&lt;font color=&quot;#888888&quot;&gt;Skip LLM triage&lt;br&gt;Persist scan results&lt;/font&gt;" style="rounded=1;whiteSpace=wrap;html=1;fillColor=#fce4ec;strokeColor=#c62828;fontStyle=2;" vertex="1" parent="1">
          <mxGeometry x="780" y="3145" width="170" height="50" as="geometry"/>
        </mxCell>
        <mxCell id="e_verdict_no" value="No" style="edgeStyle=orthogonalEdgeStyle;" edge="1" source="d_verdict" target="n_skip_llm" parent="1">
          <mxGeometry relative="1" as="geometry"/>
        </mxCell>

        <!-- Yes → LLM -->
        <mxCell id="n_llm" value="&lt;b&gt;LLM Triage&lt;/b&gt;&lt;br&gt;OpenRouter &amp;rarr; GLM-5.1&lt;br&gt;Spotlighting anti-injection&lt;br&gt;Can override: malicious &amp;rarr; benign" style="rounded=1;whiteSpace=wrap;html=1;fillColor=#fce4ec;strokeColor=#c62828;" vertex="1" parent="1">
          <mxGeometry x="440" y="3250" width="340" height="80" as="geometry"/>
        </mxCell>
        <mxCell id="e_verdict_yes" value="Yes" style="edgeStyle=orthogonalEdgeStyle;" edge="1" source="d_verdict" target="n_llm" parent="1">
          <mxGeometry relative="1" as="geometry"/>
        </mxCell>

        <!-- LLM confirms? -->
        <mxCell id="d_llm_confirm" value="&lt;b&gt;LLM confirms&lt;br&gt;malicious?&lt;/b&gt;" style="rhombus;whiteSpace=wrap;html=1;fillColor=#fce4ec;strokeColor=#c62828;" vertex="1" parent="1">
          <mxGeometry x="545" y="3370" width="130" height="80" as="geometry"/>
        </mxCell>
        <mxCell id="e_llm_confirm" style="edgeStyle=orthogonalEdgeStyle;" edge="1" source="n_llm" target="d_llm_confirm" parent="1">
          <mxGeometry relative="1" as="geometry"/>
        </mxCell>

        <!-- Not confirmed → persist -->
        <mxCell id="n_llm_benign" value="&lt;font color=&quot;#888888&quot;&gt;Override to benign&lt;br&gt;Persist results&lt;/font&gt;" style="rounded=1;whiteSpace=wrap;html=1;fillColor=#fce4ec;strokeColor=#c62828;fontStyle=2;" vertex="1" parent="1">
          <mxGeometry x="780" y="3385" width="160" height="50" as="geometry"/>
        </mxCell>
        <mxCell id="e_llm_no" value="No" style="edgeStyle=orthogonalEdgeStyle;" edge="1" source="d_llm_confirm" target="n_llm_benign" parent="1">
          <mxGeometry relative="1" as="geometry"/>
        </mxCell>

        <!-- Confirmed → Discord -->
        <mxCell id="n_discord" value="&lt;b&gt;Discord webhook&lt;/b&gt;&lt;br&gt;alert notification" style="rounded=1;whiteSpace=wrap;html=1;fillColor=#fce4ec;strokeColor=#c62828;" vertex="1" parent="1">
          <mxGeometry x="510" y="3480" width="200" height="50" as="geometry"/>
        </mxCell>
        <mxCell id="e_llm_yes" value="Yes" style="edgeStyle=orthogonalEdgeStyle;" edge="1" source="d_llm_confirm" target="n_discord" parent="1">
          <mxGeometry relative="1" as="geometry"/>
        </mxCell>

        <!-- Log LLM -->
        <mxCell id="n_log_llm" value="log: &lt;b&gt;llm_triage_done&lt;/b&gt;&lt;br&gt;&lt;font color=&quot;#888888&quot;&gt;(cost, latency, verdict)&lt;/font&gt;" style="rounded=0;whiteSpace=wrap;html=1;fillColor=#f5f5f5;strokeColor=#CCCCCC;fontStyle=2;fontSize=10;" vertex="1" parent="1">
          <mxGeometry x="280" y="3265" width="200" height="40" as="geometry"/>
        </mxCell>
        <mxCell id="e_llm_log" style="dashed=1;strokeColor=#CCCCCC;" edge="1" source="n_llm" target="n_log_llm" parent="1">
          <mxGeometry relative="1" as="geometry"/>
        </mxCell>

        <!-- ===== CLEANUP + END ===== -->
        <mxCell id="n_cleanup" value="&lt;b&gt;Persist + Cleanup&lt;/b&gt;&lt;br&gt;Upsert Package/Version, Scan, Findings, FileHash&lt;br&gt;Bump RuleHit counters&lt;br&gt;Remove temp dirs (%TEMP%/pkgsentry_crates)" style="rounded=1;whiteSpace=wrap;html=1;fillColor=#f5f5f5;strokeColor=#666666;fontColor=#333333;" vertex="1" parent="1">
          <mxGeometry x="400" y="3580" width="420" height="80" as="geometry"/>
        </mxCell>
        <mxCell id="e_discord_cleanup" style="edgeStyle=orthogonalEdgeStyle;" edge="1" source="n_discord" target="n_cleanup" parent="1">
          <mxGeometry relative="1" as="geometry"/>
        </mxCell>
        <mxCell id="e_skipllm_cleanup" style="edgeStyle=orthogonalEdgeStyle;" edge="1" source="n_skip_llm" target="n_cleanup" parent="1">
          <mxGeometry relative="1" as="geometry">
            <Array as="points">
              <mxPoint x="865" y="3560"/>
              <mxPoint x="610" y="3560"/>
            </Array>
          </mxGeometry>
        </mxCell>
        <mxCell id="e_llmbenign_cleanup" style="edgeStyle=orthogonalEdgeStyle;" edge="1" source="n_llm_benign" target="n_cleanup" parent="1">
          <mxGeometry relative="1" as="geometry">
            <Array as="points">
              <mxPoint x="860" y="3555"/>
              <mxPoint x="610" y="3555"/>
            </Array>
          </mxGeometry>
        </mxCell>

        <!-- Log done -->
        <mxCell id="n_log_done" value="log: &lt;b&gt;scan_done&lt;/b&gt;&lt;br&gt;&lt;font color=&quot;#888888&quot;&gt;(verdict, score, n_findings)&lt;/font&gt;" style="rounded=0;whiteSpace=wrap;html=1;fillColor=#f5f5f5;strokeColor=#CCCCCC;fontStyle=2;fontSize=10;" vertex="1" parent="1">
          <mxGeometry x="280" y="3595" width="200" height="40" as="geometry"/>
        </mxCell>
        <mxCell id="e_cleanup_log" style="dashed=1;strokeColor=#CCCCCC;" edge="1" source="n_cleanup" target="n_log_done" parent="1">
          <mxGeometry relative="1" as="geometry"/>
        </mxCell>

        <!-- END -->
        <mxCell id="end" value="" style="ellipse;whiteSpace=wrap;html=1;fillColor=#333333;strokeColor=#333333;" vertex="1" parent="1">
          <mxGeometry x="590" y="3700" width="40" height="40" as="geometry"/>
        </mxCell>
        <mxCell id="e_cleanup_end" style="edgeStyle=orthogonalEdgeStyle;" edge="1" source="n_cleanup" target="end" parent="1">
          <mxGeometry relative="1" as="geometry"/>
        </mxCell>

        <!-- ===== ERROR PATH ===== -->
        <mxCell id="n_error" value="&lt;b&gt;ERROR PATH&lt;/b&gt;&lt;br&gt;&lt;br&gt;Any unhandled exception &amp;rarr;&lt;br&gt;log: &lt;b&gt;pipeline_failed&lt;/b&gt;&lt;br&gt;&lt;font color=&quot;#888888&quot;&gt;(error_type, error)&lt;/font&gt;&lt;br&gt;&amp;rarr; mark_failed(row, token)&lt;br&gt;&amp;rarr; cleanup temp dirs" style="rounded=1;whiteSpace=wrap;html=1;fillColor=#f8cecc;strokeColor=#cc0000;fontColor=#cc0000;dashed=1;dashPattern=8 4;" vertex="1" parent="1">
          <mxGeometry x="960" y="4020" width="260" height="130" as="geometry"/>
        </mxCell>
        <mxCell id="n_error_label" value="&lt;font color=&quot;#cc0000&quot;&gt;&lt;i&gt;Any step can reach&lt;br&gt;error path on exception&lt;/i&gt;&lt;/font&gt;" style="text;html=1;align=center;verticalAlign=middle;fontSize=10;" vertex="1" parent="1">
          <mxGeometry x="1000" y="3970" width="180" height="40" as="geometry"/>
        </mxCell>

        <!-- Error → End -->
        <mxCell id="e_error_end" style="edgeStyle=orthogonalEdgeStyle;strokeColor=#cc0000;dashed=1;" edge="1" source="n_error" target="end" parent="1">
          <mxGeometry relative="1" as="geometry">
            <Array as="points">
              <mxPoint x="1090" y="4190"/>
              <mxPoint x="610" y="4190"/>
              <mxPoint x="610" y="3740"/>
            </Array>
          </mxGeometry>
        </mxCell>

      </root>
    </mxGraphModel>
  </diagram>
</mxfile>
